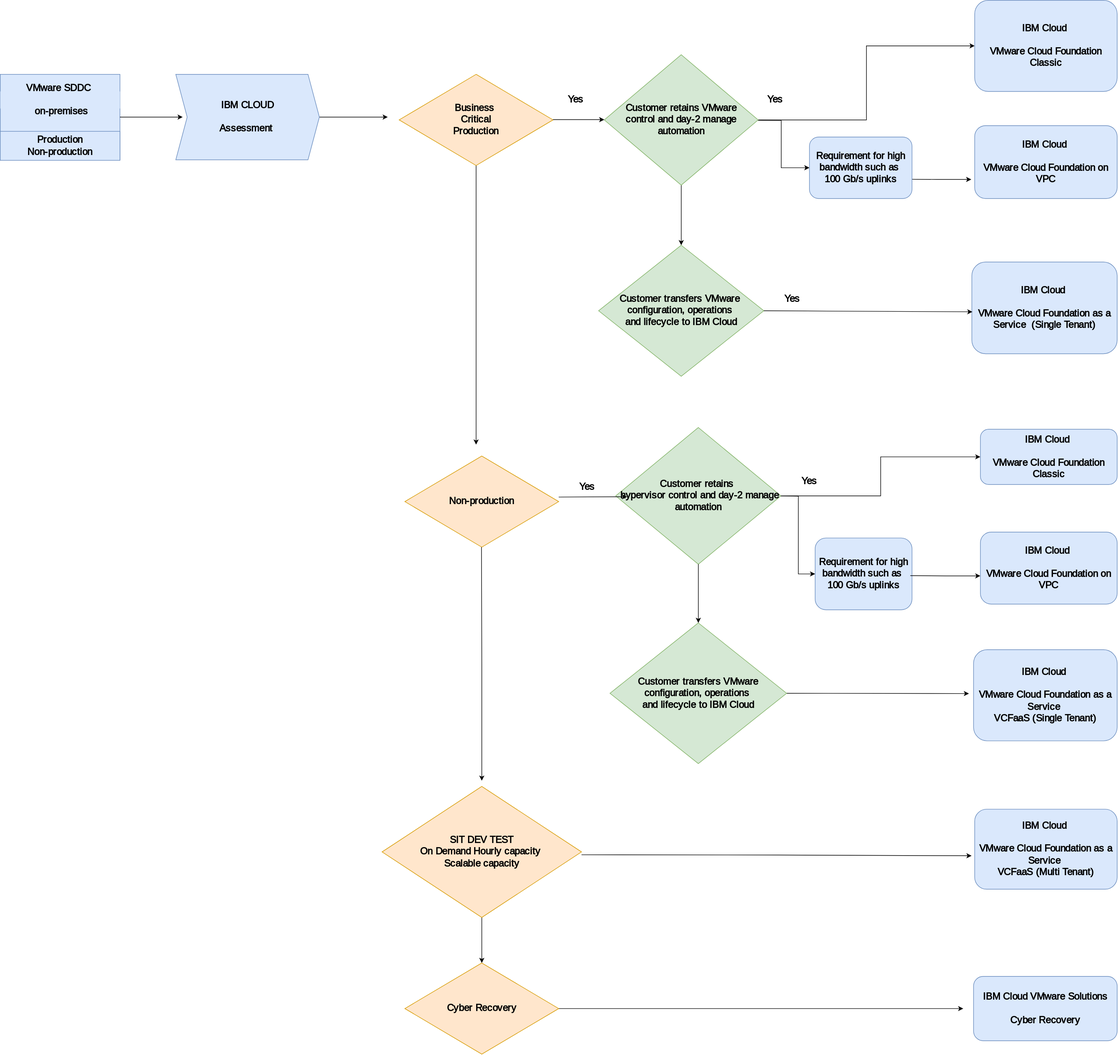
The draw.io diagram images/allinone-Decision.svg in ibm-cloud-docs/pattern-migration-options-vmware-workloads, before a commit. Source tidied: cells renumbered, new cells last; positions are measured from the earlier drawing's top-left corner, leaving out a move shared by most shapes.
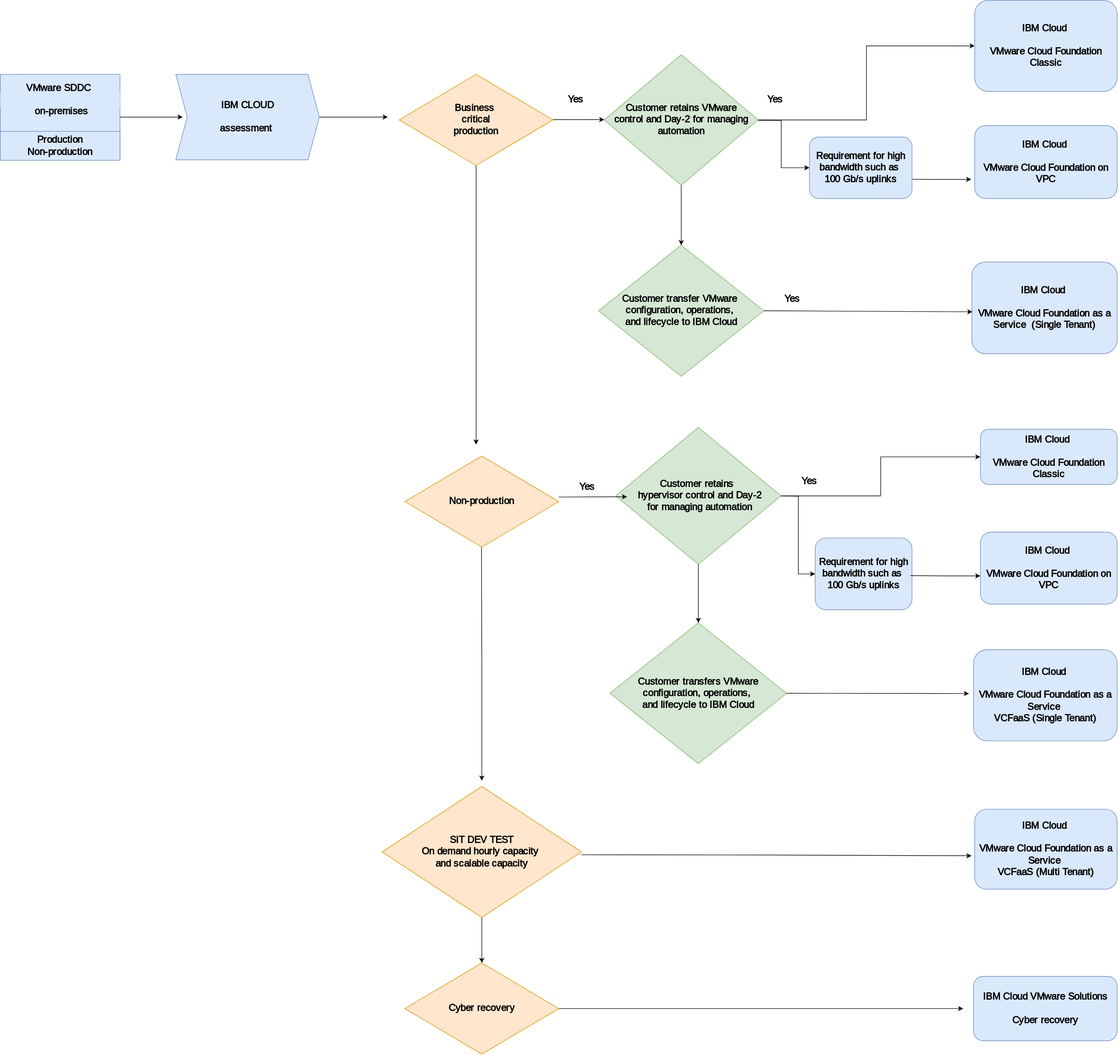
The same diagram one commit later.

What changed in the source:
```diff
@@ -7,7 +7,7 @@
         <mxPoint x="680" y="205" as="targetPoint" />
       </mxGeometry>
     </mxCell>
-    <mxCell id="3" value="&lt;div style=&quot;font-size: 17px;&quot;&gt;&lt;font style=&quot;font-size: 17px;&quot;&gt;&lt;br style=&quot;font-size: 17px;&quot;&gt;&lt;/font&gt;&lt;/div&gt;&lt;b style=&quot;font-size: 17px;&quot;&gt;&lt;font style=&quot;font-size: 17px;&quot;&gt;IBM CLOUD&lt;/font&gt;&lt;/b&gt;&lt;div style=&quot;font-size: 17px;&quot;&gt;&lt;b style=&quot;font-size: 17px;&quot;&gt;&lt;font style=&quot;font-size: 17px;&quot;&gt;&lt;br style=&quot;font-size: 17px;&quot;&gt;&lt;/font&gt;&lt;/b&gt;&lt;div style=&quot;font-size: 17px;&quot;&gt;&lt;b style=&quot;font-size: 17px;&quot;&gt;&lt;font style=&quot;font-size: 17px;&quot;&gt;Assessment&amp;nbsp;&lt;/font&gt;&lt;/b&gt;&lt;/div&gt;&lt;div style=&quot;font-size: 17px;&quot;&gt;&lt;br style=&quot;font-size: 17px;&quot;&gt;&lt;/div&gt;&lt;/div&gt;" style="shape=step;perimeter=stepPerimeter;whiteSpace=wrap;html=1;fixedSize=1;fillColor=#dae8fc;strokeColor=#6c8ebf;fontFamily=IBM Plex Sans;fontSize=17;" parent="1" vertex="1">
+    <mxCell id="3" value="&lt;div style=&quot;font-size: 17px;&quot;&gt;&lt;font style=&quot;font-size: 17px;&quot;&gt;&lt;br style=&quot;font-size: 17px;&quot;&gt;&lt;/font&gt;&lt;/div&gt;&lt;b style=&quot;font-size: 17px;&quot;&gt;&lt;font style=&quot;font-size: 17px;&quot;&gt;IBM CLOUD&lt;/font&gt;&lt;/b&gt;&lt;div style=&quot;font-size: 17px;&quot;&gt;&lt;b style=&quot;font-size: 17px;&quot;&gt;&lt;font style=&quot;font-size: 17px;&quot;&gt;&lt;br style=&quot;font-size: 17px;&quot;&gt;&lt;/font&gt;&lt;/b&gt;&lt;div style=&quot;font-size: 17px;&quot;&gt;&lt;b style=&quot;font-size: 17px;&quot;&gt;&lt;font style=&quot;font-size: 17px;&quot;&gt;assessment&amp;nbsp;&lt;/font&gt;&lt;/b&gt;&lt;/div&gt;&lt;div style=&quot;font-size: 17px;&quot;&gt;&lt;br style=&quot;font-size: 17px;&quot;&gt;&lt;/div&gt;&lt;/div&gt;" style="shape=step;perimeter=stepPerimeter;whiteSpace=wrap;html=1;fixedSize=1;fillColor=#dae8fc;strokeColor=#6c8ebf;fontFamily=IBM Plex Sans;fontSize=17;" parent="1" vertex="1">
       <mxGeometry x="308" y="130" width="252" height="150" as="geometry" />
     </mxCell>
     <mxCell id="4" style="rounded=0;whiteSpace=wrap;html=1;fillColor=#dae8fc;strokeColor=#6c8ebf;fontFamily=IBM Plex Sans;fontSize=17;" parent="1" vertex="1">
@@ -24,7 +24,7 @@
         <mxPoint x="835" y="780" as="targetPoint" />
       </mxGeometry>
     </mxCell>
-    <mxCell id="8" value="&lt;b style=&quot;font-size: 17px;&quot;&gt;&lt;font style=&quot;font-size: 17px;&quot;&gt;Business&amp;nbsp;&lt;/font&gt;&lt;/b&gt;&lt;div style=&quot;font-size: 17px;&quot;&gt;&lt;b style=&quot;font-size: 17px;&quot;&gt;&lt;font style=&quot;font-size: 17px;&quot;&gt;Critical&lt;/font&gt;&lt;/b&gt;&lt;div style=&quot;font-size: 17px;&quot;&gt;&lt;b style=&quot;font-size: 17px;&quot;&gt;&lt;font style=&quot;font-size: 17px;&quot;&gt;Production&lt;/font&gt;&lt;/b&gt;&lt;/div&gt;&lt;/div&gt;" style="rhombus;whiteSpace=wrap;html=1;fillColor=#ffe6cc;strokeColor=#d79b00;fontFamily=IBM Plex Sans;fontSize=17;" parent="1" vertex="1">
+    <mxCell id="8" value="&lt;b style=&quot;font-size: 17px;&quot;&gt;&lt;font style=&quot;font-size: 17px;&quot;&gt;Business&amp;nbsp;&lt;/font&gt;&lt;/b&gt;&lt;div style=&quot;font-size: 17px;&quot;&gt;&lt;b style=&quot;font-size: 17px;&quot;&gt;&lt;font style=&quot;font-size: 17px;&quot;&gt;critical&lt;/font&gt;&lt;/b&gt;&lt;div style=&quot;font-size: 17px;&quot;&gt;&lt;b style=&quot;font-size: 17px;&quot;&gt;&lt;font style=&quot;font-size: 17px;&quot;&gt;production&lt;/font&gt;&lt;/b&gt;&lt;/div&gt;&lt;/div&gt;" style="rhombus;whiteSpace=wrap;html=1;fillColor=#ffe6cc;strokeColor=#d79b00;fontFamily=IBM Plex Sans;fontSize=17;" parent="1" vertex="1">
       <mxGeometry x="700" y="130" width="270" height="160" as="geometry" />
     </mxCell>
     <mxCell id="9" style="edgeStyle=orthogonalEdgeStyle;rounded=0;jettySize=auto;html=1;exitX=0;exitY=0.5;exitDx=0;exitDy=0;entryX=1;entryY=0.5;entryDx=0;entryDy=0;endArrow=none;endFill=0;startArrow=classic;startFill=1;fontFamily=IBM Plex Sans;fontSize=17;" parent="1" edge="1" source="10" target="19">
@@ -39,7 +39,7 @@
     <mxCell id="12" value="&lt;b style=&quot;font-size: 17px;&quot;&gt;&lt;font style=&quot;font-size: 17px;&quot;&gt;IBM Cloud&amp;nbsp;&lt;/font&gt;&lt;/b&gt;&lt;div style=&quot;font-size: 17px;&quot;&gt;&lt;b style=&quot;font-size: 17px;&quot;&gt;&lt;font style=&quot;font-size: 17px;&quot;&gt;&lt;br style=&quot;font-size: 17px;&quot;&gt;&lt;/font&gt;&lt;/b&gt;&lt;/div&gt;&lt;div style=&quot;font-size: 17px;&quot;&gt;&lt;b style=&quot;font-size: 17px;&quot;&gt;&lt;font style=&quot;font-size: 17px;&quot;&gt;VMware Cloud Foundation on VPC&lt;/font&gt;&lt;/b&gt;&lt;/div&gt;" style="rounded=1;whiteSpace=wrap;html=1;fillColor=#dae8fc;strokeColor=#6c8ebf;fontFamily=IBM Plex Sans;fontSize=17;" parent="1" vertex="1">
       <mxGeometry x="1710" y="220" width="250" height="128" as="geometry" />
     </mxCell>
-    <mxCell id="13" value="&lt;font style=&quot;font-size: 17px;&quot;&gt;&lt;b style=&quot;font-size: 17px;&quot;&gt;IBM Cloud VMware Solutions&lt;/b&gt;&lt;/font&gt;&lt;div style=&quot;font-size: 17px;&quot;&gt;&lt;font style=&quot;font-size: 17px;&quot;&gt;&lt;b style=&quot;font-size: 17px;&quot;&gt;&lt;br style=&quot;font-size: 17px;&quot;&gt;&lt;/b&gt;&lt;/font&gt;&lt;/div&gt;&lt;div style=&quot;font-size: 17px;&quot;&gt;&lt;font style=&quot;font-size: 17px;&quot;&gt;&lt;b style=&quot;font-size: 17px;&quot;&gt;Cyber Recovery&lt;/b&gt;&lt;/font&gt;&lt;/div&gt;" style="rounded=1;whiteSpace=wrap;html=1;fillColor=#dae8fc;strokeColor=#6c8ebf;fontFamily=IBM Plex Sans;fontSize=17;" parent="1" vertex="1">
+    <mxCell id="13" value="&lt;font style=&quot;font-size: 17px;&quot;&gt;&lt;b style=&quot;font-size: 17px;&quot;&gt;IBM Cloud VMware Solutions&lt;/b&gt;&lt;/font&gt;&lt;div style=&quot;font-size: 17px;&quot;&gt;&lt;font style=&quot;font-size: 17px;&quot;&gt;&lt;b style=&quot;font-size: 17px;&quot;&gt;&lt;br style=&quot;font-size: 17px;&quot;&gt;&lt;/b&gt;&lt;/font&gt;&lt;/div&gt;&lt;div style=&quot;font-size: 17px;&quot;&gt;&lt;font style=&quot;font-size: 17px;&quot;&gt;&lt;b style=&quot;font-size: 17px;&quot;&gt;Cyber recovery&lt;/b&gt;&lt;/font&gt;&lt;/div&gt;" style="rounded=1;whiteSpace=wrap;html=1;fillColor=#dae8fc;strokeColor=#6c8ebf;fontFamily=IBM Plex Sans;fontSize=17;" parent="1" vertex="1">
       <mxGeometry x="1708" y="1713.5" width="252" height="113" as="geometry" />
     </mxCell>
     <mxCell id="14" style="edgeStyle=orthogonalEdgeStyle;rounded=0;jettySize=auto;html=1;exitX=1;exitY=0.5;exitDx=0;exitDy=0;entryX=0;entryY=0.5;entryDx=0;entryDy=0;fontFamily=IBM Plex Sans;fontSize=17;" parent="1" edge="1" target="16">
@@ -65,10 +65,10 @@
     <mxCell id="18" style="edgeStyle=orthogonalEdgeStyle;rounded=0;jettySize=auto;html=1;exitX=0.5;exitY=1;exitDx=0;exitDy=0;entryX=0.5;entryY=0;entryDx=0;entryDy=0;fontFamily=IBM Plex Sans;fontSize=17;" parent="1" edge="1" source="19" target="20">
       <mxGeometry relative="1" as="geometry" />
     </mxCell>
-    <mxCell id="19" value="&lt;font style=&quot;font-size: 17px;&quot;&gt;&lt;b style=&quot;font-size: 17px;&quot;&gt;Customer retains VMware&lt;/b&gt;&lt;/font&gt;&lt;div&gt;&lt;b style=&quot;background-color: initial;&quot;&gt;control&amp;nbsp;&lt;/b&gt;&lt;b style=&quot;background-color: initial;&quot;&gt;and day-2 manage automation&lt;/b&gt;&lt;/div&gt;" style="rhombus;whiteSpace=wrap;html=1;fillColor=#d5e8d4;strokeColor=#82b366;fontFamily=IBM Plex Sans;fontSize=17;" parent="1" vertex="1">
+    <mxCell id="19" value="&lt;font style=&quot;font-size: 17px;&quot;&gt;&lt;b style=&quot;font-size: 17px;&quot;&gt;Customer retains VMware&lt;/b&gt;&lt;/font&gt;&lt;div&gt;&lt;b style=&quot;background-color: initial;&quot;&gt;control&amp;nbsp;&lt;/b&gt;&lt;b style=&quot;background-color: initial;&quot;&gt;and Day-2 for managing automation&lt;/b&gt;&lt;/div&gt;" style="rhombus;whiteSpace=wrap;html=1;fillColor=#d5e8d4;strokeColor=#82b366;fontFamily=IBM Plex Sans;fontSize=17;" parent="1" vertex="1">
       <mxGeometry x="1060" y="95.5" width="270" height="229" as="geometry" />
     </mxCell>
-    <mxCell id="20" value="&lt;font style=&quot;font-size: 17px;&quot;&gt;&lt;b style=&quot;font-size: 17px;&quot;&gt;Customer transfers VMware&amp;nbsp;&lt;/b&gt;&lt;/font&gt;&lt;div style=&quot;font-size: 17px;&quot;&gt;&lt;div style=&quot;font-size: 17px;&quot;&gt;&lt;font style=&quot;font-size: 17px;&quot;&gt;&lt;b style=&quot;font-size: 17px;&quot;&gt;configuration, operations&amp;nbsp;&lt;/b&gt;&lt;/font&gt;&lt;/div&gt;&lt;div style=&quot;font-size: 17px;&quot;&gt;&lt;font style=&quot;font-size: 17px;&quot;&gt;&lt;b style=&quot;font-size: 17px;&quot;&gt;and lifecycle to IBM Cloud&lt;/b&gt;&lt;/font&gt;&lt;/div&gt;&lt;/div&gt;" style="rhombus;whiteSpace=wrap;html=1;fillColor=#d5e8d4;strokeColor=#82b366;fontFamily=IBM Plex Sans;fontSize=17;" parent="1" vertex="1">
+    <mxCell id="20" value="&lt;font style=&quot;font-size: 17px;&quot;&gt;&lt;b style=&quot;font-size: 17px;&quot;&gt;Customer transfer VMware&amp;nbsp;&lt;/b&gt;&lt;/font&gt;&lt;div style=&quot;font-size: 17px;&quot;&gt;&lt;div style=&quot;font-size: 17px;&quot;&gt;&lt;font style=&quot;font-size: 17px;&quot;&gt;&lt;b style=&quot;font-size: 17px;&quot;&gt;configuration, operations,&amp;nbsp;&lt;/b&gt;&lt;/font&gt;&lt;/div&gt;&lt;div style=&quot;font-size: 17px;&quot;&gt;&lt;font style=&quot;font-size: 17px;&quot;&gt;&lt;b style=&quot;font-size: 17px;&quot;&gt;and lifecycle to IBM Cloud&lt;/b&gt;&lt;/font&gt;&lt;/div&gt;&lt;/div&gt;" style="rhombus;whiteSpace=wrap;html=1;fillColor=#d5e8d4;strokeColor=#82b366;fontFamily=IBM Plex Sans;fontSize=17;" parent="1" vertex="1">
       <mxGeometry x="1050" y="430" width="290" height="230" as="geometry" />
     </mxCell>
     <mxCell id="21" style="edgeStyle=orthogonalEdgeStyle;rounded=0;jettySize=auto;html=1;entryX=-0.022;entryY=0.582;entryDx=0;entryDy=0;entryPerimeter=0;fontFamily=IBM Plex Sans;fontSize=17;" parent="1" edge="1" target="37">
@@ -79,13 +79,13 @@
     <mxCell id="22" style="edgeStyle=orthogonalEdgeStyle;rounded=0;jettySize=auto;html=1;exitX=0.5;exitY=1;exitDx=0;exitDy=0;fontFamily=IBM Plex Sans;fontSize=17;" parent="1" edge="1" source="23" target="39">
       <mxGeometry relative="1" as="geometry" />
     </mxCell>
-    <mxCell id="23" value="&lt;div style=&quot;font-size: 17px;&quot;&gt;&lt;b&gt;SIT DEV TEST&lt;/b&gt;&lt;/div&gt;&lt;div style=&quot;font-size: 17px;&quot;&gt;&lt;b style=&quot;font-size: 17px;&quot;&gt;&lt;font style=&quot;font-size: 17px;&quot;&gt;On Demand Hourly capacity&amp;nbsp;&lt;/font&gt;&lt;/b&gt;&lt;/div&gt;&lt;div style=&quot;font-size: 17px;&quot;&gt;&lt;b style=&quot;font-size: 17px;&quot;&gt;&lt;font style=&quot;font-size: 17px;&quot;&gt;Scalable capacity&lt;/font&gt;&lt;/b&gt;&lt;/div&gt;" style="rhombus;whiteSpace=wrap;html=1;fillColor=#ffe6cc;strokeColor=#d79b00;fontFamily=IBM Plex Sans;fontSize=17;" parent="1" vertex="1">
+    <mxCell id="23" value="&lt;div style=&quot;font-size: 17px;&quot;&gt;&lt;b&gt;SIT DEV TEST&lt;/b&gt;&lt;/div&gt;&lt;div style=&quot;font-size: 17px;&quot;&gt;&lt;b style=&quot;font-size: 17px;&quot;&gt;&lt;font style=&quot;font-size: 17px;&quot;&gt;On demand hourly capacity&amp;nbsp;&lt;/font&gt;&lt;/b&gt;&lt;/div&gt;&lt;div style=&quot;font-size: 17px;&quot;&gt;&lt;b style=&quot;font-size: 17px;&quot;&gt;&lt;font style=&quot;font-size: 17px;&quot;&gt;and scalable capacity&lt;/font&gt;&lt;/b&gt;&lt;/div&gt;" style="rhombus;whiteSpace=wrap;html=1;fillColor=#ffe6cc;strokeColor=#d79b00;fontFamily=IBM Plex Sans;fontSize=17;" parent="1" vertex="1">
       <mxGeometry x="670" y="1380" width="350" height="230" as="geometry" />
     </mxCell>
     <mxCell id="24" value="&lt;b style=&quot;font-size: 17px;&quot;&gt;&lt;font style=&quot;font-size: 17px;&quot;&gt;Non-production&lt;/font&gt;&lt;/b&gt;" style="rhombus;whiteSpace=wrap;html=1;fillColor=#ffe6cc;strokeColor=#d79b00;fontFamily=IBM Plex Sans;fontSize=17;" parent="1" vertex="1">
       <mxGeometry x="710" y="800" width="270" height="160" as="geometry" />
     </mxCell>
-    <mxCell id="25" value="&lt;b style=&quot;font-size: 17px;&quot;&gt;&lt;font style=&quot;font-size: 17px;&quot;&gt;Customer retains&amp;nbsp;&lt;/font&gt;&lt;/b&gt;&lt;div style=&quot;font-size: 17px;&quot;&gt;&lt;b style=&quot;font-size: 17px;&quot;&gt;&lt;font style=&quot;font-size: 17px;&quot;&gt;&amp;nbsp;hypervisor control and day-2 manage automation&lt;/font&gt;&lt;/b&gt;&lt;/div&gt;" style="rhombus;whiteSpace=wrap;html=1;fillColor=#d5e8d4;strokeColor=#82b366;fontFamily=IBM Plex Sans;fontSize=17;" parent="1" vertex="1">
+    <mxCell id="25" value="&lt;b style=&quot;font-size: 17px;&quot;&gt;&lt;font style=&quot;font-size: 17px;&quot;&gt;Customer retains&amp;nbsp;&lt;/font&gt;&lt;/b&gt;&lt;div style=&quot;font-size: 17px;&quot;&gt;&lt;b style=&quot;font-size: 17px;&quot;&gt;&lt;font style=&quot;font-size: 17px;&quot;&gt;&amp;nbsp;hypervisor control and Day-2&lt;/font&gt;&lt;/b&gt;&lt;/div&gt;&lt;div style=&quot;font-size: 17px;&quot;&gt;&lt;b style=&quot;font-size: 17px;&quot;&gt;&lt;font style=&quot;font-size: 17px;&quot;&gt;&amp;nbsp;for managing automation&lt;/font&gt;&lt;/b&gt;&lt;/div&gt;" style="rhombus;whiteSpace=wrap;html=1;fillColor=#d5e8d4;strokeColor=#82b366;fontFamily=IBM Plex Sans;fontSize=17;" parent="1" vertex="1">
       <mxGeometry x="1080" y="750" width="290" height="240" as="geometry" />
     </mxCell>
     <mxCell id="26" style="edgeStyle=none;rounded=0;jettySize=auto;html=1;exitX=1;exitY=0.5;exitDx=0;exitDy=0;" parent="1" edge="1" source="27">
@@ -93,7 +93,7 @@
         <mxPoint x="1700" y="1217" as="targetPoint" />
       </mxGeometry>
     </mxCell>
-    <mxCell id="27" value="&lt;font style=&quot;font-size: 17px;&quot;&gt;&lt;b style=&quot;font-size: 17px;&quot;&gt;Customer transfers VMware&lt;/b&gt;&lt;/font&gt;&lt;div style=&quot;font-size: 17px;&quot;&gt;&lt;div style=&quot;font-size: 17px;&quot;&gt;&lt;font style=&quot;font-size: 17px;&quot;&gt;&lt;b style=&quot;font-size: 17px;&quot;&gt;configuration, operations&amp;nbsp;&lt;/b&gt;&lt;/font&gt;&lt;/div&gt;&lt;div style=&quot;font-size: 17px;&quot;&gt;&lt;font style=&quot;font-size: 17px;&quot;&gt;&lt;b style=&quot;font-size: 17px;&quot;&gt;and lifecycle to IBM Cloud&lt;/b&gt;&lt;/font&gt;&lt;/div&gt;&lt;/div&gt;" style="rhombus;whiteSpace=wrap;html=1;fillColor=#d5e8d4;strokeColor=#82b366;fontFamily=IBM Plex Sans;fontSize=17;" parent="1" vertex="1">
+    <mxCell id="27" value="&lt;font style=&quot;font-size: 17px;&quot;&gt;&lt;b style=&quot;font-size: 17px;&quot;&gt;Customer transfers VMware&lt;/b&gt;&lt;/font&gt;&lt;div style=&quot;font-size: 17px;&quot;&gt;&lt;div style=&quot;font-size: 17px;&quot;&gt;&lt;font style=&quot;font-size: 17px;&quot;&gt;&lt;b style=&quot;font-size: 17px;&quot;&gt;configuration, operations,&amp;nbsp;&lt;/b&gt;&lt;/font&gt;&lt;/div&gt;&lt;div style=&quot;font-size: 17px;&quot;&gt;&lt;font style=&quot;font-size: 17px;&quot;&gt;&lt;b style=&quot;font-size: 17px;&quot;&gt;and lifecycle to IBM Cloud&lt;/b&gt;&lt;/font&gt;&lt;/div&gt;&lt;/div&gt;" style="rhombus;whiteSpace=wrap;html=1;fillColor=#d5e8d4;strokeColor=#82b366;fontFamily=IBM Plex Sans;fontSize=17;" parent="1" vertex="1">
       <mxGeometry x="1070" y="1093" width="310" height="247" as="geometry" />
     </mxCell>
     <mxCell id="28" value="&lt;div style=&quot;font-size: 17px;&quot;&gt;&lt;b style=&quot;font-size: 17px;&quot;&gt;&lt;font style=&quot;font-size: 17px;&quot;&gt;Requirement for high bandwidth such as&amp;nbsp;&lt;/font&gt;&lt;/b&gt;&lt;/div&gt;&lt;div style=&quot;font-size: 17px;&quot;&gt;&lt;b style=&quot;font-size: 17px;&quot;&gt;&lt;font style=&quot;font-size: 17px;&quot;&gt;100 Gb/s uplinks&lt;/font&gt;&lt;/b&gt;&lt;/div&gt;" style="rounded=1;whiteSpace=wrap;html=1;fillColor=#dae8fc;strokeColor=#6c8ebf;fontFamily=IBM Plex Sans;fontSize=17;" parent="1" vertex="1">
@@ -139,7 +139,7 @@
         <mxPoint x="1690" y="1770" as="targetPoint" />
       </mxGeometry>
     </mxCell>
-    <mxCell id="39" value="&lt;div style=&quot;font-size: 17px;&quot;&gt;&lt;b style=&quot;font-size: 17px;&quot;&gt;&lt;font style=&quot;font-size: 17px;&quot;&gt;Cyber Recovery&lt;/font&gt;&lt;/b&gt;&lt;/div&gt;" style="rhombus;whiteSpace=wrap;html=1;fillColor=#ffe6cc;strokeColor=#d79b00;fontFamily=IBM Plex Sans;fontSize=17;" parent="1" vertex="1">
+    <mxCell id="39" value="&lt;div style=&quot;font-size: 17px;&quot;&gt;&lt;b style=&quot;font-size: 17px;&quot;&gt;&lt;font style=&quot;font-size: 17px;&quot;&gt;Cyber recovery&lt;/font&gt;&lt;/b&gt;&lt;/div&gt;" style="rhombus;whiteSpace=wrap;html=1;fillColor=#ffe6cc;strokeColor=#d79b00;fontFamily=IBM Plex Sans;fontSize=17;" parent="1" vertex="1">
       <mxGeometry x="710" y="1690" width="270" height="160" as="geometry" />
     </mxCell>
     <mxCell id="40" style="edgeStyle=orthogonalEdgeStyle;rounded=0;orthogonalLoop=1;jettySize=auto;html=1;exitX=0.5;exitY=1;exitDx=0;exitDy=0;fontFamily=IBM Plex Sans;fontSize=17;" parent="1" edge="1">
```
